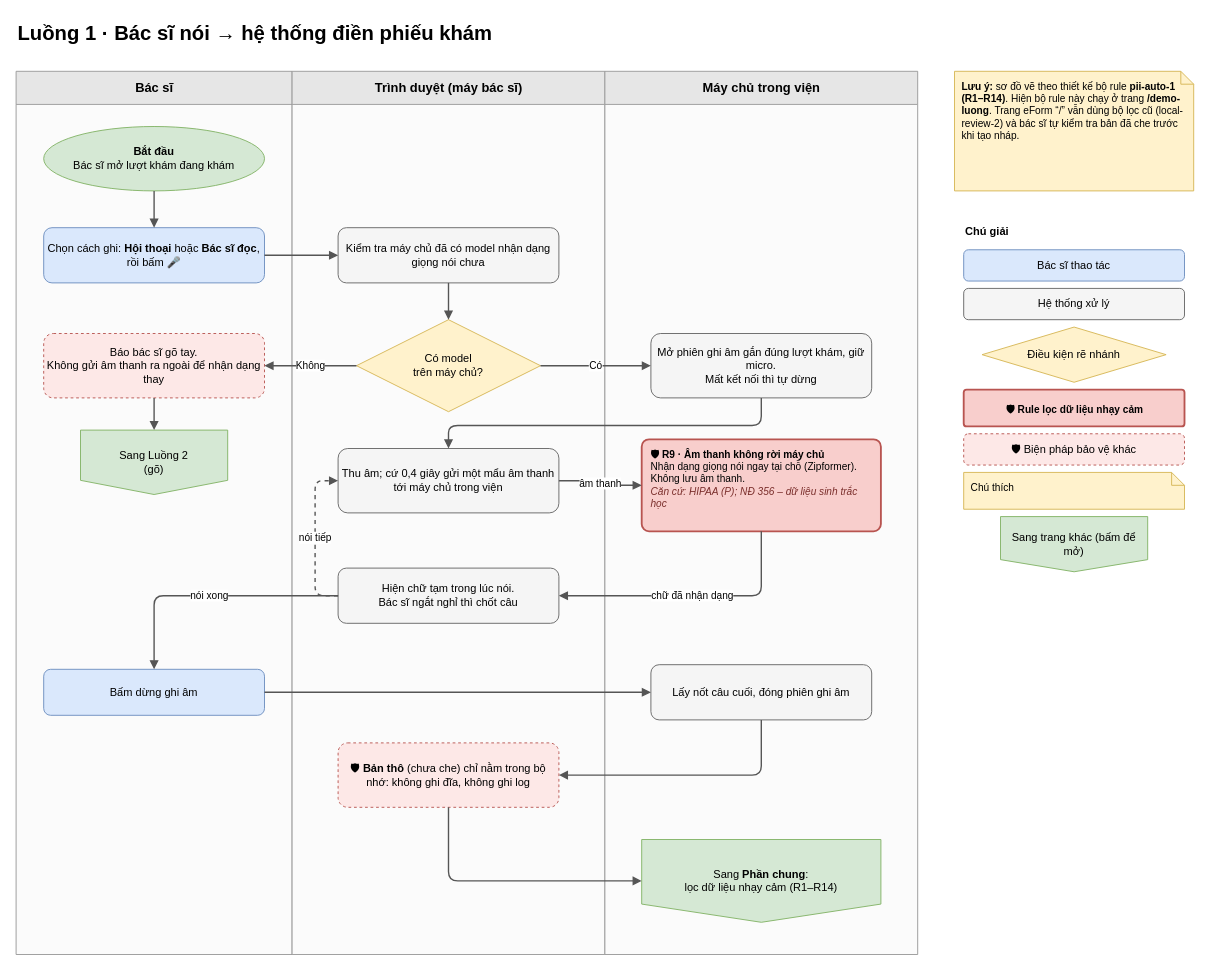
The draw.io diagram page "1. Nói → điền phiếu khám" (1 of 3) of docs/so-do/luong-chinh.drawio in Kang8M/speech-to-navigation, before the edit. Source tidied: cells renumbered, new cells numbered last; positions are measured from the earlier drawing's top-left corner, leaving out a move shared by most shapes. Both pictures are drawn from the tidied source at 92%, with x=0, y=0 at pixel (16, 16).
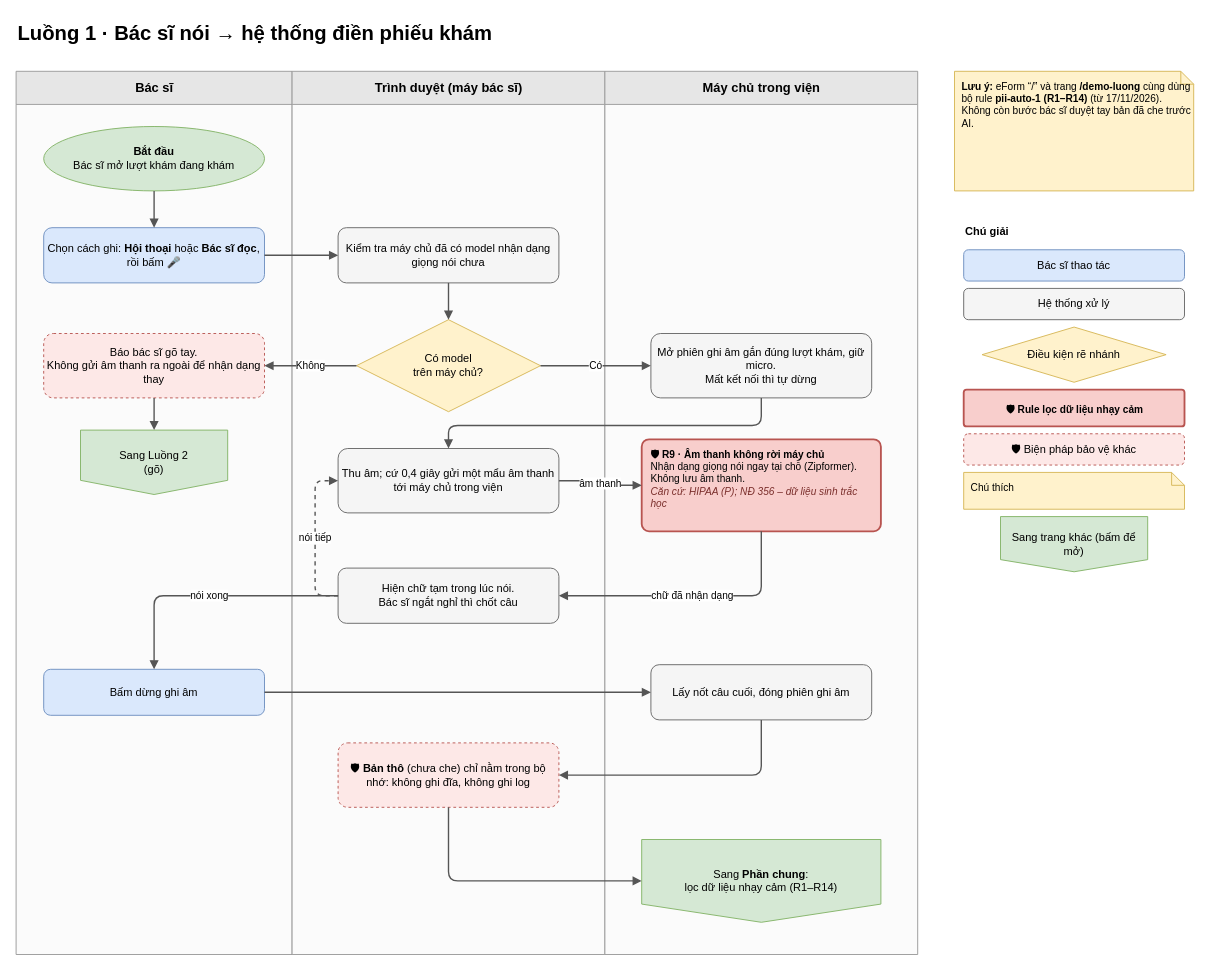
The same page after the edit.

Commit message (it also covers changes not shown here):
docs(eform-pii): chính sách dữ liệu, luồng khám và sơ đồ theo R1–R14

Diff of the diagram source:
```diff
@@
-    <mxCell id="34" value="&lt;b&gt;Lưu ý:&lt;/b&gt; sơ đồ vẽ theo thiết kế bộ rule &lt;b&gt;pii-auto-1 (R1–R14)&lt;/b&gt;. Hiện bộ rule này chạy ở trang &lt;b&gt;/demo-luong&lt;/b&gt;. Trang eForm “/” vẫn dùng bộ lọc cũ (local-review-2) và bác sĩ tự kiểm tra bản đã che trước khi tạo nháp." style="shape=note;whiteSpace=wrap;html=1;fillColor=#fff2cc;strokeColor=#d6b656;fontSize=11;align=left;verticalAlign=top;spacingLeft=6;spacingTop=4;size=14;" parent="1" vertex="1">
+    <mxCell id="34" value="&lt;b&gt;Lưu ý:&lt;/b&gt; eForm “/” và trang &lt;b&gt;/demo-luong&lt;/b&gt; cùng dùng bộ rule &lt;b&gt;pii-auto-1 (R1–R14)&lt;/b&gt; (từ 17/11/2026). Không còn bước bác sĩ duyệt tay bản đã che trước AI." style="shape=note;whiteSpace=wrap;html=1;fillColor=#fff2cc;strokeColor=#d6b656;fontSize=11;align=left;verticalAlign=top;spacingLeft=6;spacingTop=4;size=14;" parent="1" vertex="1">
       <mxGeometry x="1020" y="60" width="260" height="130" as="geometry" />
     </mxCell>
```
